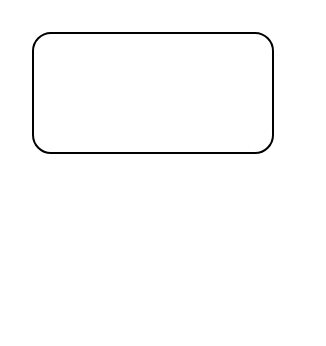
Earlier version of the draw.io diagram Untitled Diagram.drawio (ymso/images). Source tidied: cells renumbered, new cells numbered last; positions are measured from the earlier drawing's top-left corner, leaving out a move shared by most shapes. Both pictures are drawn from the tidied source at 200%, with x=0, y=0 at pixel (32, 32).
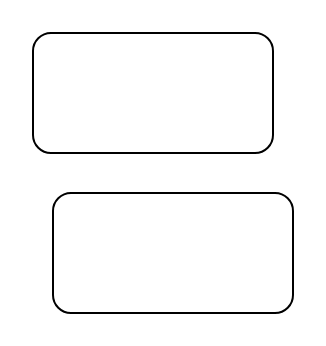
The same page after the edit.

Change to the diagram source:
```diff
@@
 <mxGraphModel>
   <root>
     <mxCell id="0" />
     <mxCell id="1" parent="0" />
     <mxCell id="2" style="rounded=1;whiteSpace=wrap;html=1;" parent="1" vertex="1">
       <mxGeometry width="120" height="60" as="geometry" />
     </mxCell>
+    <mxCell id="3" style="rounded=1;whiteSpace=wrap;html=1;" parent="1" vertex="1">
+      <mxGeometry x="10" y="80" width="120" height="60" as="geometry" />
+    </mxCell>
   </root>
 </mxGraphModel>
```
